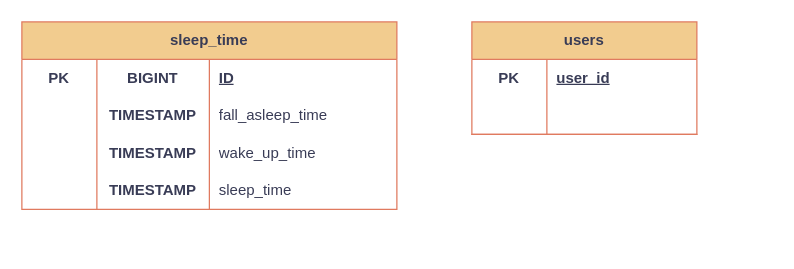
Before: src/main/tables/Family_Bot.drawio in AntonioBrightside/Family-Telegram-Bot, a draw.io diagram. Source tidied: cells renumbered, new cells numbered last; positions are measured from the earlier drawing's top-left corner, leaving out a move shared by most shapes. Both pictures are drawn from the tidied source at 125%, with x=0, y=0 at pixel (21, 21).
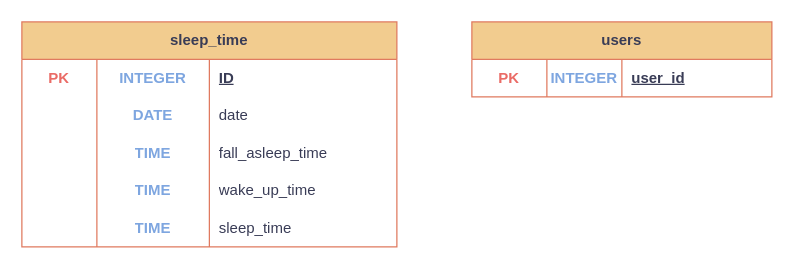
The same diagram, later.

The change refers to these unchanged cells:
```xml
<mxCell id="3" style="shape=tableRow;horizontal=0;startSize=0;swimlaneHead=0;swimlaneBody=0;fillColor=none;top=0;left=0;right=0;bottom=0;html=1;strokeColor=#E07A5F;fontColor=#393C56;" parent="2" vertex="1">
  <mxGeometry y="30" width="300" height="30" as="geometry" />
</mxCell>
```

Diff of the diagram source:
```diff
@@
     <mxCell id="2" value="sleep_time" style="shape=table;startSize=30;childLayout=tableLayout;rowLines=0;fontStyle=1;align=center;html=1;whiteSpace=wrap;strokeColor=#E07A5F;fontColor=#393C56;fillColor=#F2CC8F;perimeterSpacing=1;" parent="1" vertex="1">
-      <mxGeometry width="300" height="150" as="geometry" />
+      <mxGeometry width="300" height="180" as="geometry" />
     </mxCell>
@@
-    <mxCell id="5" value="BIGINT" style="shape=partialRectangle;fillColor=none;top=0;left=0;bottom=0;right=0;fontStyle=1;overflow=hidden;html=1;whiteSpace=wrap;strokeColor=default;fontColor=#393C56;perimeterSpacing=1;" parent="3" vertex="1">
+    <mxCell id="5" value="INTEGER" style="shape=partialRectangle;fillColor=none;top=0;left=0;bottom=0;right=0;fontStyle=1;overflow=hidden;html=1;whiteSpace=wrap;strokeColor=default;fontColor=#7EA6E0;perimeterSpacing=1;" parent="3" vertex="1">
       <mxGeometry x="60" width="90" height="30" as="geometry" />
     </mxCell>
@@
+    <mxCell id="29" style="shape=tableRow;horizontal=0;startSize=0;swimlaneHead=0;swimlaneBody=0;fillColor=none;top=0;left=0;right=0;bottom=0;html=1;strokeColor=#E07A5F;fontColor=#393C56;" parent="2" vertex="1">
+      <mxGeometry y="60" width="300" height="30" as="geometry" />
+    </mxCell>
+    <mxCell id="30" style="shape=partialRectangle;fillColor=none;top=0;left=0;bottom=0;right=0;overflow=hidden;html=1;whiteSpace=wrap;strokeColor=#E07A5F;fontColor=#393C56;" parent="29" vertex="1">
+      <mxGeometry width="60" height="30" as="geometry" />
+    </mxCell>
+    <mxCell id="31" value="DATE" style="shape=partialRectangle;fillColor=none;top=0;left=0;bottom=0;right=0;overflow=hidden;html=1;whiteSpace=wrap;strokeColor=#E07A5F;fontColor=#7EA6E0;fontStyle=1;" parent="29" vertex="1">
+      <mxGeometry x="60" width="90" height="30" as="geometry" />
+    </mxCell>
+    <mxCell id="32" value="date" style="shape=partialRectangle;fillColor=none;top=0;left=0;bottom=0;right=0;align=left;spacingLeft=6;overflow=hidden;html=1;whiteSpace=wrap;strokeColor=#E07A5F;fontColor=#393C56;" parent="29" vertex="1">
+      <mxGeometry x="150" width="150" height="30" as="geometry" />
+    </mxCell>
     <mxCell id="7" style="shape=tableRow;horizontal=0;startSize=0;swimlaneHead=0;swimlaneBody=0;fillColor=none;top=0;left=0;right=0;bottom=0;html=1;strokeColor=#E07A5F;fontColor=#393C56;" parent="2" vertex="1">
-      <mxGeometry y="60" width="300" height="30" as="geometry" />
+      <mxGeometry y="90" width="300" height="30" as="geometry" />
     </mxCell>
@@
-    <mxCell id="9" value="TIMESTAMP" style="shape=partialRectangle;fillColor=none;top=0;left=0;bottom=0;right=0;overflow=hidden;html=1;whiteSpace=wrap;strokeColor=#E07A5F;fontColor=#393C56;fontStyle=1;" parent="7" vertex="1">
+    <mxCell id="9" style="shape=partialRectangle;fillColor=none;top=0;left=0;bottom=0;right=0;overflow=hidden;html=1;whiteSpace=wrap;strokeColor=#E07A5F;fontColor=#2f3a9d;fontStyle=1;" parent="7" vertex="1">
       <mxGeometry x="60" width="90" height="30" as="geometry" />
     </mxCell>
@@
     <mxCell id="11" style="shape=tableRow;horizontal=0;startSize=0;swimlaneHead=0;swimlaneBody=0;fillColor=none;top=0;left=0;right=0;bottom=0;html=1;strokeColor=#E07A5F;fontColor=#393C56;" parent="2" vertex="1">
-      <mxGeometry y="90" width="300" height="30" as="geometry" />
+      <mxGeometry y="120" width="300" height="30" as="geometry" />
     </mxCell>
@@
-    <mxCell id="13" style="shape=partialRectangle;fillColor=none;top=0;left=0;bottom=0;right=0;overflow=hidden;html=1;whiteSpace=wrap;strokeColor=#E07A5F;fontColor=#393C56;" parent="11" vertex="1">
+    <mxCell id="13" style="shape=partialRectangle;fillColor=none;top=0;left=0;bottom=0;right=0;overflow=hidden;html=1;whiteSpace=wrap;strokeColor=#E07A5F;fontColor=#2f3a9d;" parent="11" vertex="1">
       <mxGeometry x="60" width="90" height="30" as="geometry" />
     </mxCell>
@@
     <mxCell id="15" style="shape=tableRow;horizontal=0;startSize=0;swimlaneHead=0;swimlaneBody=0;fillColor=none;top=0;left=0;right=0;bottom=0;html=1;strokeColor=#E07A5F;fontColor=#393C56;" parent="2" vertex="1">
-      <mxGeometry y="120" width="300" height="30" as="geometry" />
+      <mxGeometry y="150" width="300" height="30" as="geometry" />
     </mxCell>
@@
-    <mxCell id="17" style="shape=partialRectangle;fillColor=none;top=0;left=0;bottom=0;right=0;overflow=hidden;html=1;whiteSpace=wrap;strokeColor=#E07A5F;fontColor=#393C56;" parent="15" vertex="1">
+    <mxCell id="17" value="TIME" style="shape=partialRectangle;fillColor=none;top=0;left=0;bottom=0;right=0;overflow=hidden;html=1;whiteSpace=wrap;strokeColor=#E07A5F;fontColor=#7EA6E0;fontStyle=1;" parent="15" vertex="1">
       <mxGeometry x="60" width="90" height="30" as="geometry" />
     </mxCell>
@@
-    <mxCell id="19" value="PK" style="shape=partialRectangle;fillColor=none;top=0;left=0;bottom=0;right=0;fontStyle=1;overflow=hidden;html=1;whiteSpace=wrap;strokeColor=default;fontColor=#393C56;perimeterSpacing=1;" parent="1" vertex="1">
+    <mxCell id="19" value="PK" style="shape=partialRectangle;fillColor=none;top=0;left=0;bottom=0;right=0;fontStyle=1;overflow=hidden;html=1;whiteSpace=wrap;strokeColor=default;fontColor=#EA6B66;perimeterSpacing=1;" parent="1" vertex="1">
       <mxGeometry y="30" width="60" height="30" as="geometry" />
     </mxCell>
-    <mxCell id="20" value="TIMESTAMP" style="shape=partialRectangle;fillColor=none;top=0;left=0;bottom=0;right=0;overflow=hidden;html=1;whiteSpace=wrap;strokeColor=#E07A5F;fontColor=#393C56;fontStyle=1;" parent="1" vertex="1">
-      <mxGeometry x="60" y="90" width="90" height="30" as="geometry" />
-    </mxCell>
-    <mxCell id="21" value="TIMESTAMP" style="shape=partialRectangle;fillColor=none;top=0;left=0;bottom=0;right=0;overflow=hidden;html=1;whiteSpace=wrap;strokeColor=#E07A5F;fontColor=#393C56;fontStyle=1;" parent="1" vertex="1">
-      <mxGeometry x="60" y="120" width="90" height="30" as="geometry" />
-    </mxCell>
     <mxCell id="22" value="users" style="shape=table;startSize=30;childLayout=tableLayout;rowLines=0;fontStyle=1;align=center;html=1;whiteSpace=wrap;strokeColor=#E07A5F;fontColor=#393C56;fillColor=#F2CC8F;" parent="1" vertex="1">
-      <mxGeometry x="360" width="180" height="90" as="geometry" />
+      <mxGeometry x="360" width="240" height="60" as="geometry" />
     </mxCell>
     <mxCell id="23" style="shape=tableRow;horizontal=0;startSize=0;swimlaneHead=0;swimlaneBody=0;fillColor=none;top=0;left=0;right=0;bottom=0;html=1;strokeColor=#E07A5F;fontColor=#393C56;" parent="22" vertex="1">
-      <mxGeometry y="30" width="180" height="30" as="geometry" />
+      <mxGeometry y="30" width="240" height="30" as="geometry" />
     </mxCell>
-    <mxCell id="24" value="PK" style="shape=partialRectangle;fillColor=none;top=0;left=0;bottom=0;right=0;fontStyle=1;overflow=hidden;html=1;whiteSpace=wrap;strokeColor=#E07A5F;fontColor=#393C56;" parent="23" vertex="1">
+    <mxCell id="24" value="PK" style="shape=partialRectangle;fillColor=none;top=0;left=0;bottom=0;right=0;fontStyle=1;overflow=hidden;html=1;whiteSpace=wrap;strokeColor=#E07A5F;fontColor=#EA6B66;" parent="23" vertex="1">
       <mxGeometry width="60" height="30" as="geometry" />
     </mxCell>
+    <mxCell id="33" value="INTEGER" style="shape=partialRectangle;fillColor=none;top=0;left=0;bottom=0;right=0;fontStyle=1;overflow=hidden;html=1;whiteSpace=wrap;strokeColor=#E07A5F;fontColor=#7EA6E0;" parent="23" vertex="1">
+      <mxGeometry x="60" width="60" height="30" as="geometry" />
+    </mxCell>
     <mxCell id="25" value="user_id" style="shape=partialRectangle;fillColor=none;top=0;left=0;bottom=0;right=0;align=left;spacingLeft=6;fontStyle=5;overflow=hidden;html=1;whiteSpace=wrap;strokeColor=#E07A5F;fontColor=#393C56;" parent="23" vertex="1">
-      <mxGeometry x="60" width="120" height="30" as="geometry" />
+      <mxGeometry x="120" width="120" height="30" as="geometry" />
     </mxCell>
-    <mxCell id="26" style="shape=tableRow;horizontal=0;startSize=0;swimlaneHead=0;swimlaneBody=0;fillColor=none;top=0;left=0;right=0;bottom=1;html=1;strokeColor=#E07A5F;fontColor=#393C56;" parent="22" vertex="1">
-      <mxGeometry y="60" width="180" height="30" as="geometry" />
-    </mxCell>
-    <mxCell id="27" style="shape=partialRectangle;fillColor=none;top=0;left=0;bottom=0;right=0;fontStyle=1;overflow=hidden;html=1;whiteSpace=wrap;strokeColor=#E07A5F;fontColor=#393C56;" parent="26" vertex="1">
-      <mxGeometry width="60" height="30" as="geometry" />
-    </mxCell>
-    <mxCell id="28" style="shape=partialRectangle;fillColor=none;top=0;left=0;bottom=0;right=0;align=left;spacingLeft=6;fontStyle=5;overflow=hidden;html=1;whiteSpace=wrap;strokeColor=#E07A5F;fontColor=#393C56;" parent="26" vertex="1">
-      <mxGeometry x="60" width="120" height="30" as="geometry" />
-    </mxCell>
+    <mxCell id="34" value="TIME" style="shape=partialRectangle;fillColor=none;top=0;left=0;bottom=0;right=0;overflow=hidden;html=1;whiteSpace=wrap;strokeColor=#E07A5F;fontColor=#7EA6E0;fontStyle=1;" parent="1" vertex="1">
+      <mxGeometry x="60" y="120" width="90" height="30" as="geometry" />
+    </mxCell>
+    <mxCell id="35" value="TIME" style="shape=partialRectangle;fillColor=none;top=0;left=0;bottom=0;right=0;overflow=hidden;html=1;whiteSpace=wrap;strokeColor=#E07A5F;fontColor=#7EA6E0;fontStyle=1;" parent="1" vertex="1">
+      <mxGeometry x="60" y="90" width="90" height="30" as="geometry" />
+    </mxCell>
```
